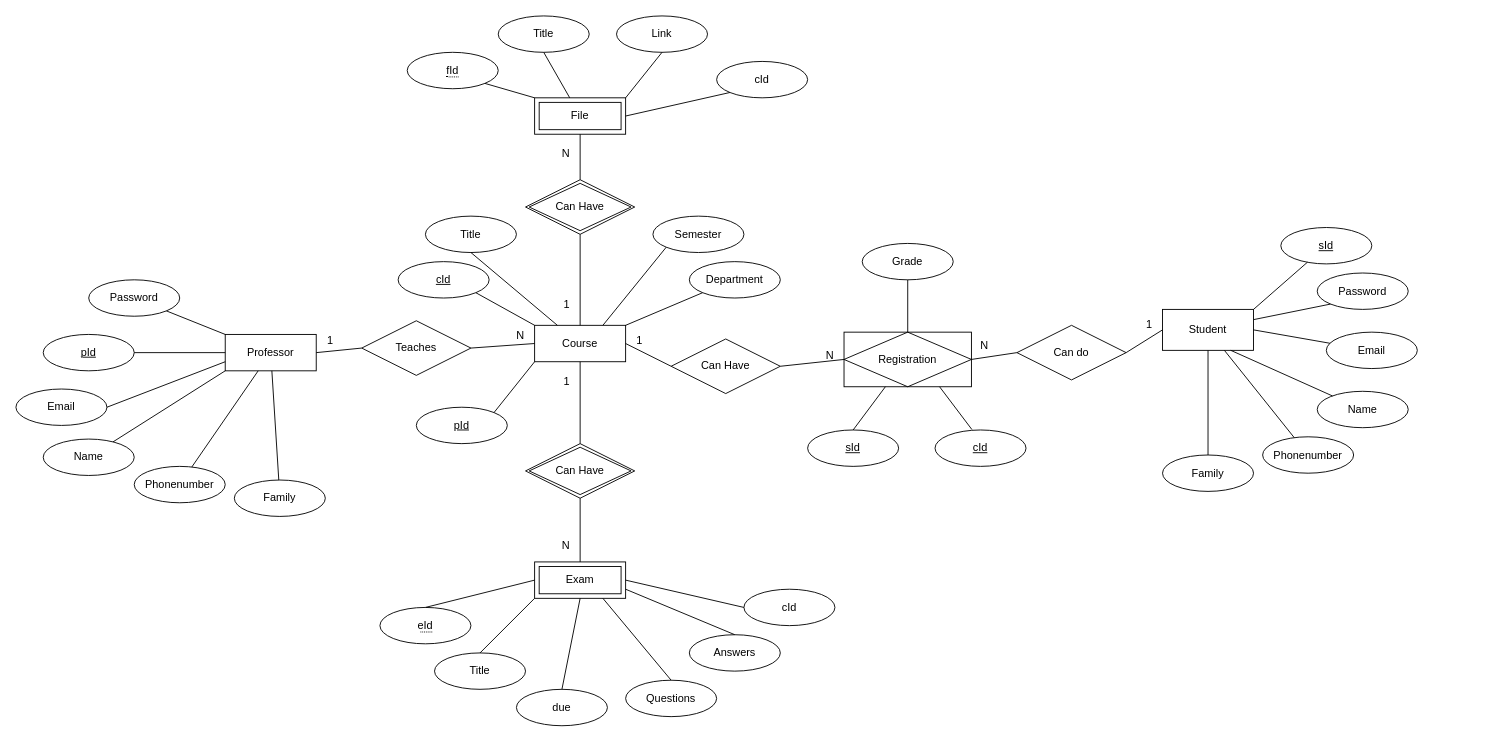
This is ERD/Untitled Diagram.drawio from omidTarabavar/DBLab_Project, a draw.io file, before an edit. Source tidied: cells renumbered, new cells numbered last; positions are measured from the earlier drawing's top-left corner, leaving out a move shared by most shapes. Both pictures are drawn from the tidied source at 91%, with x=0, y=0 at pixel (15, 15).
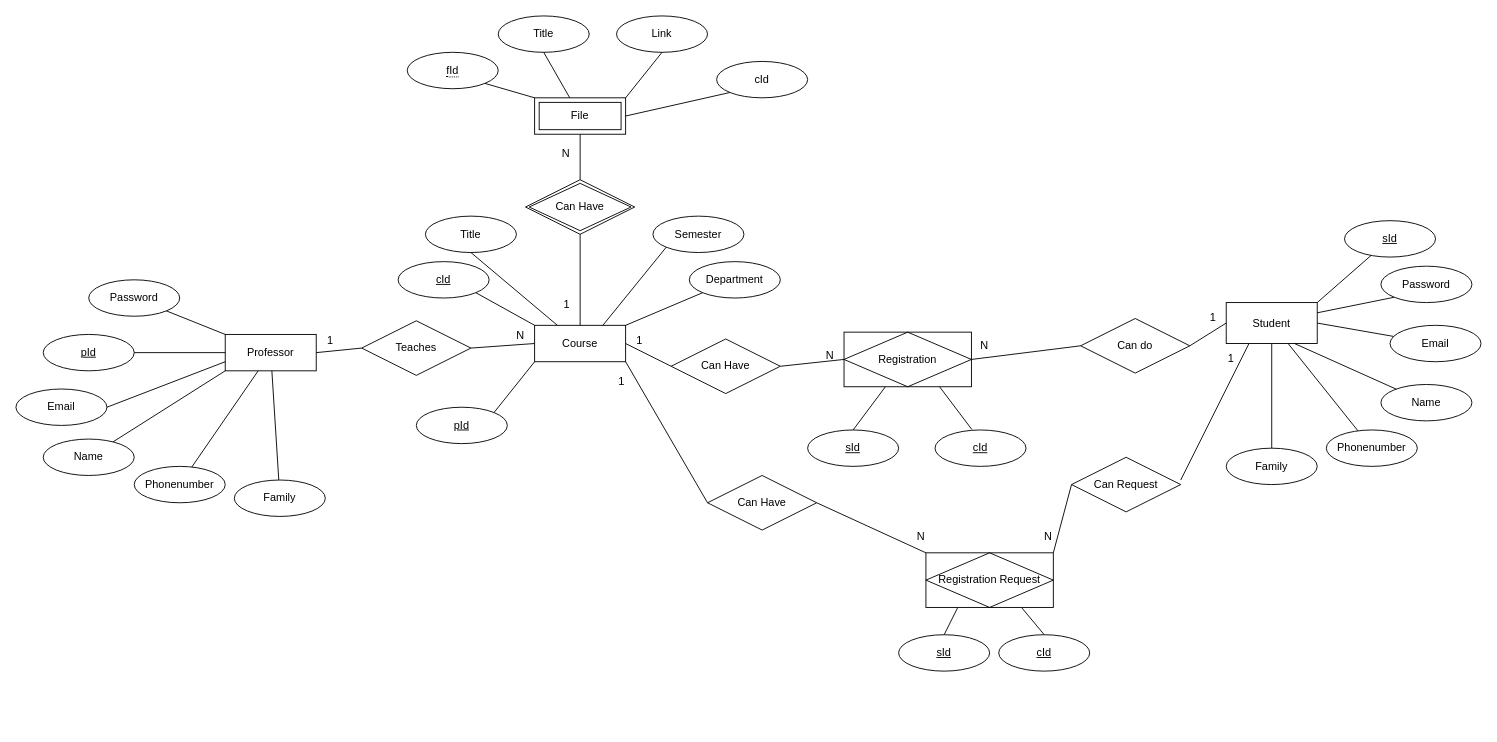
Above is the later version.

The change refers to these unchanged cells:
```xml
<mxCell id="28" value="Course" style="whiteSpace=wrap;html=1;align=center;" parent="1" vertex="1">
  <mxGeometry x="570" y="340" width="100" height="40" as="geometry" />
</mxCell>
<mxCell id="77" value="Registration" style="shape=associativeEntity;whiteSpace=wrap;html=1;align=center;" parent="1" vertex="1">
  <mxGeometry x="910" y="347.5" width="140" height="60" as="geometry" />
</mxCell>
```

What changed in the source:
```diff
@@
     <mxCell id="15" value="Student" style="whiteSpace=wrap;html=1;align=center;" parent="1" vertex="1">
-      <mxGeometry x="1260" y="322.5" width="100" height="45" as="geometry" />
+      <mxGeometry x="1330" y="315" width="100" height="45" as="geometry" />
     </mxCell>
     <mxCell id="16" value="Email" style="ellipse;whiteSpace=wrap;html=1;align=center;" parent="1" vertex="1">
-      <mxGeometry x="1440" y="347.5" width="100" height="40" as="geometry" />
+      <mxGeometry x="1510" y="340" width="100" height="40" as="geometry" />
     </mxCell>
     <mxCell id="17" value="Family" style="ellipse;whiteSpace=wrap;html=1;align=center;" parent="1" vertex="1">
-      <mxGeometry x="1260" y="482.5" width="100" height="40" as="geometry" />
+      <mxGeometry x="1330" y="475" width="100" height="40" as="geometry" />
     </mxCell>
     <mxCell id="18" value="Password" style="ellipse;whiteSpace=wrap;html=1;align=center;" parent="1" vertex="1">
-      <mxGeometry x="1430" y="282.5" width="100" height="40" as="geometry" />
+      <mxGeometry x="1500" y="275" width="100" height="40" as="geometry" />
     </mxCell>
     <mxCell id="19" value="&lt;u&gt;sId&lt;/u&gt;" style="ellipse;whiteSpace=wrap;html=1;align=center;" parent="1" vertex="1">
-      <mxGeometry x="1390" y="232.5" width="100" height="40" as="geometry" />
+      <mxGeometry x="1460" y="225" width="100" height="40" as="geometry" />
     </mxCell>
     <mxCell id="20" value="Name" style="ellipse;whiteSpace=wrap;html=1;align=center;" parent="1" vertex="1">
-      <mxGeometry x="1430" y="412.5" width="100" height="40" as="geometry" />
+      <mxGeometry x="1500" y="405" width="100" height="40" as="geometry" />
     </mxCell>
     <mxCell id="21" value="Phonenumber" style="ellipse;whiteSpace=wrap;html=1;align=center;" parent="1" vertex="1">
-      <mxGeometry x="1370" y="462.5" width="100" height="40" as="geometry" />
+      <mxGeometry x="1440" y="455" width="100" height="40" as="geometry" />
     </mxCell>
@@
-    <mxCell id="34" value="Exam" style="shape=ext;margin=3;double=1;whiteSpace=wrap;html=1;align=center;" parent="1" vertex="1">
-      <mxGeometry x="570" y="600" width="100" height="40" as="geometry" />
-    </mxCell>
@@
-    <mxCell id="44" value="&lt;span style=&quot;border-bottom: 1px dotted&quot;&gt;eId&lt;/span&gt;" style="ellipse;whiteSpace=wrap;html=1;align=center;" parent="1" vertex="1">
-      <mxGeometry x="400" y="650" width="100" height="40" as="geometry" />
-    </mxCell>
-    <mxCell id="45" value="due" style="ellipse;whiteSpace=wrap;html=1;align=center;" parent="1" vertex="1">
-      <mxGeometry x="550" y="740" width="100" height="40" as="geometry" />
-    </mxCell>
-    <mxCell id="46" value="Title" style="ellipse;whiteSpace=wrap;html=1;align=center;" parent="1" vertex="1">
-      <mxGeometry x="460" y="700" width="100" height="40" as="geometry" />
-    </mxCell>
-    <mxCell id="47" style="endArrow=none;html=1;rounded=0;exitX=0.5;exitY=1;exitDx=0;exitDy=0;entryX=0.5;entryY=0;entryDx=0;entryDy=0;" parent="1" edge="1" source="34" target="45">
-      <mxGeometry relative="1" as="geometry" />
-    </mxCell>
-    <mxCell id="48" style="endArrow=none;html=1;rounded=0;exitX=0;exitY=1;exitDx=0;exitDy=0;entryX=0.5;entryY=0;entryDx=0;entryDy=0;" parent="1" edge="1" source="34" target="46">
-      <mxGeometry relative="1" as="geometry" />
-    </mxCell>
-    <mxCell id="49" style="endArrow=none;html=1;rounded=0;entryX=0;entryY=0.5;entryDx=0;entryDy=0;exitX=0.5;exitY=0;exitDx=0;exitDy=0;" parent="1" edge="1" source="44" target="34">
-      <mxGeometry relative="1" as="geometry" />
-    </mxCell>
-    <mxCell id="50" value="Can Have" style="shape=rhombus;double=1;perimeter=rhombusPerimeter;whiteSpace=wrap;html=1;align=center;" parent="1" vertex="1">
-      <mxGeometry x="560" y="470" width="120" height="60" as="geometry" />
-    </mxCell>
-    <mxCell id="51" style="endArrow=none;html=1;rounded=0;entryX=0.5;entryY=1;entryDx=0;entryDy=0;exitX=0.5;exitY=0;exitDx=0;exitDy=0;" parent="1" edge="1" source="50" target="28">
-      <mxGeometry relative="1" as="geometry" />
-    </mxCell>
-    <mxCell id="52" value="1" style="html=1;whiteSpace=wrap;align=right;verticalAlign=bottom;" parent="51" vertex="1">
-      <mxGeometry x="1" relative="1" as="geometry">
-        <mxPoint x="-10" y="30" as="offset" />
-      </mxGeometry>
-    </mxCell>
-    <mxCell id="53" style="endArrow=none;html=1;rounded=0;exitX=0.5;exitY=1;exitDx=0;exitDy=0;entryX=0.5;entryY=0;entryDx=0;entryDy=0;" parent="1" edge="1" source="50" target="34">
-      <mxGeometry relative="1" as="geometry" />
-    </mxCell>
-    <mxCell id="54" value="N" style="html=1;whiteSpace=wrap;align=right;verticalAlign=bottom;" parent="53" vertex="1">
-      <mxGeometry x="1" relative="1" as="geometry">
-        <mxPoint x="-10" y="-10" as="offset" />
-      </mxGeometry>
-    </mxCell>
@@
-    <mxCell id="57" style="edgeStyle=none;rounded=0;orthogonalLoop=1;jettySize=auto;html=1;exitX=0.5;exitY=0;exitDx=0;exitDy=0;" parent="1" edge="1" source="44" target="44">
-      <mxGeometry relative="1" as="geometry" />
+    <mxCell id="57" style="edgeStyle=none;rounded=0;orthogonalLoop=1;jettySize=auto;html=1;exitX=0.5;exitY=0;exitDx=0;exitDy=0;" parent="1" edge="1">
+      <mxGeometry relative="1" as="geometry">
+        <mxPoint x="450" y="650" as="sourcePoint" />
+        <mxPoint x="450" y="650" as="targetPoint" />
+      </mxGeometry>
     </mxCell>
@@
-    <mxCell id="60" value="Questions" style="ellipse;whiteSpace=wrap;html=1;align=center;" parent="1" vertex="1">
-      <mxGeometry x="670" y="730" width="100" height="40" as="geometry" />
-    </mxCell>
-    <mxCell id="61" value="Answers" style="ellipse;whiteSpace=wrap;html=1;align=center;" parent="1" vertex="1">
-      <mxGeometry x="740" y="680" width="100" height="40" as="geometry" />
-    </mxCell>
-    <mxCell id="62" style="endArrow=none;html=1;rounded=0;exitX=1;exitY=0.75;exitDx=0;exitDy=0;entryX=0.5;entryY=0;entryDx=0;entryDy=0;" parent="1" edge="1" source="34" target="61">
-      <mxGeometry relative="1" as="geometry" />
-    </mxCell>
-    <mxCell id="63" style="endArrow=none;html=1;rounded=0;exitX=0.75;exitY=1;exitDx=0;exitDy=0;entryX=0.5;entryY=0;entryDx=0;entryDy=0;" parent="1" edge="1" source="34" target="60">
-      <mxGeometry relative="1" as="geometry" />
-    </mxCell>
@@
-    <mxCell id="71" value="cId" style="ellipse;whiteSpace=wrap;html=1;align=center;" parent="1" vertex="1">
-      <mxGeometry x="800" y="630" width="100" height="40" as="geometry" />
-    </mxCell>
-    <mxCell id="72" style="endArrow=none;html=1;rounded=0;entryX=0;entryY=0.5;entryDx=0;entryDy=0;exitX=1;exitY=0.5;exitDx=0;exitDy=0;" parent="1" edge="1" source="34" target="71">
-      <mxGeometry relative="1" as="geometry" />
-    </mxCell>
@@
     <mxCell id="86" value="Can do" style="shape=rhombus;perimeter=rhombusPerimeter;whiteSpace=wrap;html=1;align=center;" parent="1" vertex="1">
-      <mxGeometry x="1100" y="340" width="120" height="60" as="geometry" />
+      <mxGeometry x="1170" y="332.5" width="120" height="60" as="geometry" />
     </mxCell>
@@
-    <mxCell id="89" style="endArrow=none;html=1;rounded=0;entryX=1;entryY=0.5;entryDx=0;entryDy=0;exitX=0;exitY=0.5;exitDx=0;exitDy=0;" parent="1" edge="1" source="86" target="77">
+    <mxCell id="89" style="endArrow=none;html=1;rounded=0;exitX=0;exitY=0.5;exitDx=0;exitDy=0;entryX=1;entryY=0.5;entryDx=0;entryDy=0;" parent="1" edge="1" source="86" target="77">
       <mxGeometry relative="1" as="geometry" />
     </mxCell>
@@
-    <mxCell id="91" value="Grade" style="ellipse;whiteSpace=wrap;html=1;align=center;" parent="1" vertex="1">
-      <mxGeometry x="930" y="250" width="100" height="40" as="geometry" />
-    </mxCell>
-    <mxCell id="92" style="endArrow=none;html=1;rounded=0;entryX=0.5;entryY=1;entryDx=0;entryDy=0;exitX=0.5;exitY=0;exitDx=0;exitDy=0;" parent="1" edge="1" source="77" target="91">
-      <mxGeometry relative="1" as="geometry" />
-    </mxCell>
@@
+    <mxCell id="94" value="Registration Request" style="shape=associativeEntity;whiteSpace=wrap;html=1;align=center;" parent="1" vertex="1">
+      <mxGeometry x="1000" y="590" width="140" height="60" as="geometry" />
+    </mxCell>
+    <mxCell id="95" value="sId" style="ellipse;whiteSpace=wrap;html=1;align=center;fontStyle=4;" parent="1" vertex="1">
+      <mxGeometry x="970" y="680" width="100" height="40" as="geometry" />
+    </mxCell>
+    <mxCell id="96" style="endArrow=none;html=1;rounded=0;entryX=0.25;entryY=1;entryDx=0;entryDy=0;exitX=0.5;exitY=0;exitDx=0;exitDy=0;" parent="1" edge="1" source="95" target="94">
+      <mxGeometry relative="1" as="geometry" />
+    </mxCell>
+    <mxCell id="97" style="endArrow=none;html=1;rounded=0;entryX=0.5;entryY=0;entryDx=0;entryDy=0;exitX=0.75;exitY=1;exitDx=0;exitDy=0;" parent="1" edge="1" source="94" target="71">
+      <mxGeometry relative="1" as="geometry" />
+    </mxCell>
+    <mxCell id="98" value="Can Request" style="shape=rhombus;perimeter=rhombusPerimeter;whiteSpace=wrap;html=1;align=center;" parent="1" vertex="1">
+      <mxGeometry x="1160" y="485" width="120" height="60" as="geometry" />
+    </mxCell>
+    <mxCell id="99" style="endArrow=none;html=1;rounded=0;entryX=0.25;entryY=1;entryDx=0;entryDy=0;" parent="1" edge="1" target="15">
+      <mxGeometry relative="1" as="geometry">
+        <mxPoint x="1280" y="510" as="sourcePoint" />
+      </mxGeometry>
+    </mxCell>
+    <mxCell id="100" value="1" style="html=1;whiteSpace=wrap;align=right;verticalAlign=bottom;" parent="99" vertex="1">
+      <mxGeometry x="1" relative="1" as="geometry">
+        <mxPoint x="-15" y="25" as="offset" />
+      </mxGeometry>
+    </mxCell>
+    <mxCell id="101" style="endArrow=none;html=1;rounded=0;entryX=1;entryY=0;entryDx=0;entryDy=0;exitX=0;exitY=0.5;exitDx=0;exitDy=0;" parent="1" edge="1" source="98" target="94">
+      <mxGeometry relative="1" as="geometry" />
+    </mxCell>
+    <mxCell id="102" value="N" style="html=1;whiteSpace=wrap;align=right;verticalAlign=bottom;" parent="101" vertex="1">
+      <mxGeometry x="1" relative="1" as="geometry">
+        <mxPoint y="-10" as="offset" />
+      </mxGeometry>
+    </mxCell>
+    <mxCell id="50" value="Can Have" style="shape=rhombus;perimeter=rhombusPerimeter;whiteSpace=wrap;html=1;align=center;" parent="1" vertex="1">
+      <mxGeometry x="760" y="505" width="120" height="60" as="geometry" />
+    </mxCell>
+    <mxCell id="51" style="endArrow=none;html=1;rounded=0;entryX=1;entryY=1;entryDx=0;entryDy=0;exitX=0;exitY=0.5;exitDx=0;exitDy=0;" parent="1" edge="1" source="50" target="28">
+      <mxGeometry relative="1" as="geometry" />
+    </mxCell>
+    <mxCell id="103" value="1" style="html=1;whiteSpace=wrap;align=right;verticalAlign=bottom;" parent="51" vertex="1">
+      <mxGeometry x="1" relative="1" as="geometry">
+        <mxPoint y="30" as="offset" />
+      </mxGeometry>
+    </mxCell>
+    <mxCell id="104" style="endArrow=none;html=1;rounded=0;entryX=0;entryY=0;entryDx=0;entryDy=0;exitX=1;exitY=0.5;exitDx=0;exitDy=0;" parent="1" edge="1" source="50" target="94">
+      <mxGeometry relative="1" as="geometry" />
+    </mxCell>
+    <mxCell id="105" value="N" style="html=1;whiteSpace=wrap;align=right;verticalAlign=bottom;" parent="104" vertex="1">
+      <mxGeometry x="1" relative="1" as="geometry">
+        <mxPoint y="-10" as="offset" />
+      </mxGeometry>
+    </mxCell>
+    <mxCell id="71" value="cId" style="ellipse;whiteSpace=wrap;html=1;align=center;fontStyle=4;" parent="1" vertex="1">
+      <mxGeometry x="1080" y="680" width="100" height="40" as="geometry" />
+    </mxCell>
```
